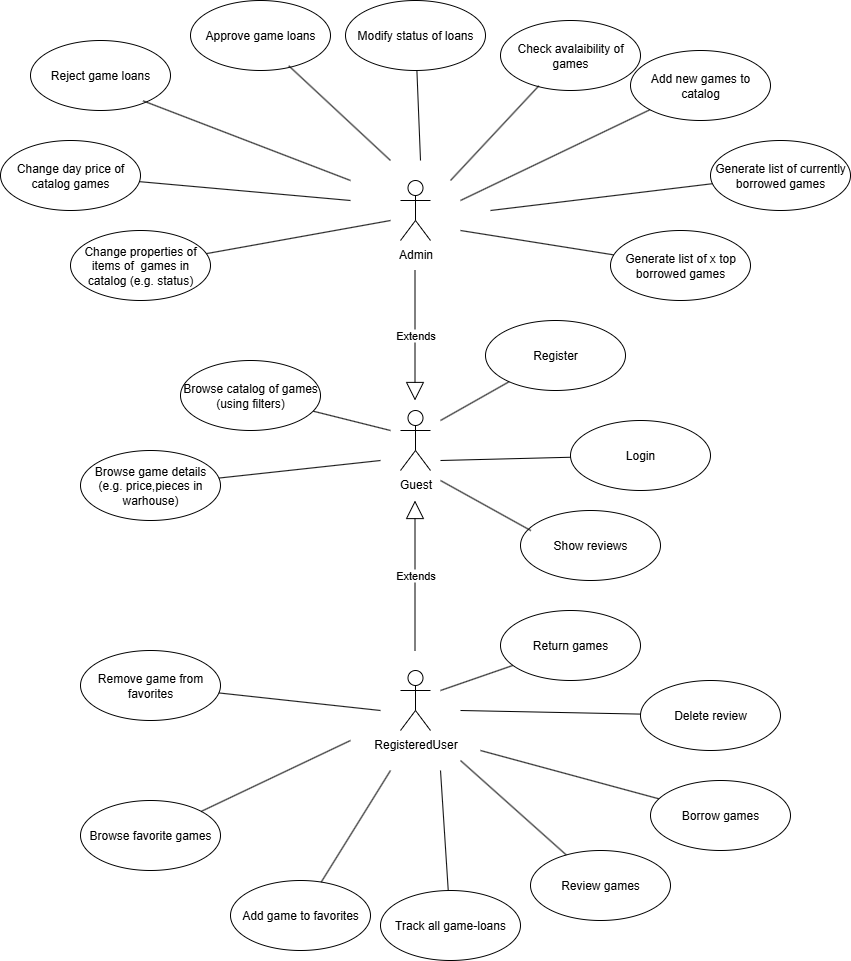
Before: UC.png, a diagram exported from draw.io (alfacentaur1/api-board-game-rental). Source tidied: cells renumbered, new cells last; positions are measured from the earlier drawing's top-left corner, leaving out a move shared by most shapes.
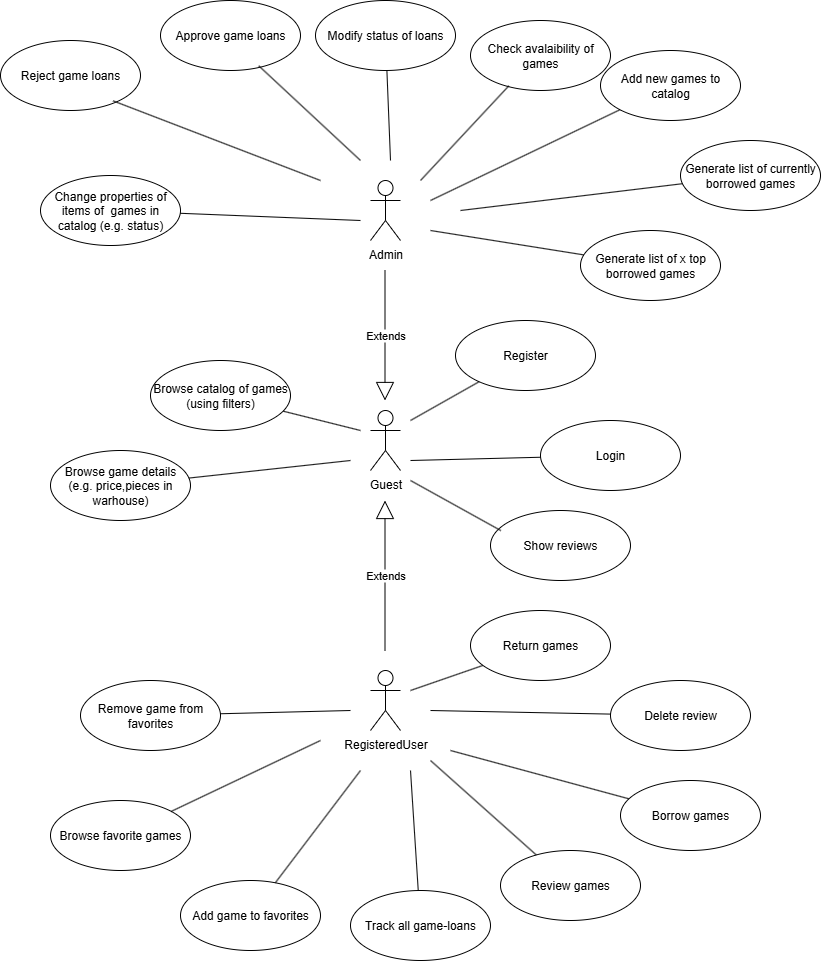
Later version of the same file.

The edit, as a diff of the source:
```diff
@@ -72,7 +72,7 @@
       <mxGeometry x="530" y="850" width="140" height="70" as="geometry" />
     </mxCell>
     <mxCell id="21" value="Add game to favorites" style="ellipse;whiteSpace=wrap;html=1;" parent="1" vertex="1">
-      <mxGeometry x="230" y="880" width="140" height="70" as="geometry" />
+      <mxGeometry x="210" y="880" width="140" height="70" as="geometry" />
     </mxCell>
     <mxCell id="22" value="Browse favorite games" style="ellipse;whiteSpace=wrap;html=1;" parent="1" vertex="1">
       <mxGeometry x="80" y="800" width="140" height="70" as="geometry" />
@@ -185,7 +185,7 @@
       <mxGeometry x="710" y="140" width="140" height="70" as="geometry" />
     </mxCell>
     <mxCell id="54" value="Remove game from favorites" style="ellipse;whiteSpace=wrap;html=1;" parent="1" vertex="1">
-      <mxGeometry x="80" y="650" width="140" height="70" as="geometry" />
+      <mxGeometry x="110" y="680" width="140" height="70" as="geometry" />
     </mxCell>
     <mxCell id="55" style="endArrow=none;html=1;rounded=0;align=center;verticalAlign=top;endFill=0;labelBackgroundColor=none;" parent="1" edge="1" source="54">
       <mxGeometry relative="1" as="geometry">
@@ -198,11 +198,8 @@
     <mxCell id="57" style="html=1;align=right;verticalAlign=bottom;labelBackgroundColor=none;" parent="55" vertex="1">
       <mxGeometry x="1" relative="1" as="geometry" />
     </mxCell>
-    <mxCell id="58" value="Change day price of catalog games" style="ellipse;whiteSpace=wrap;html=1;" parent="1" vertex="1">
-      <mxGeometry y="140" width="140" height="70" as="geometry" />
-    </mxCell>
     <mxCell id="59" value="Change properties of items of&amp;nbsp; games in catalog (e.g. status)" style="ellipse;whiteSpace=wrap;html=1;" parent="1" vertex="1">
-      <mxGeometry x="70" y="230" width="140" height="70" as="geometry" />
+      <mxGeometry x="70" y="175" width="140" height="70" as="geometry" />
     </mxCell>
     <mxCell id="60" style="endArrow=none;html=1;rounded=0;align=center;verticalAlign=top;endFill=0;labelBackgroundColor=none;" parent="1" edge="1" source="59">
       <mxGeometry relative="1" as="geometry">
@@ -215,17 +212,6 @@
     <mxCell id="62" style="html=1;align=right;verticalAlign=bottom;labelBackgroundColor=none;" parent="60" vertex="1">
       <mxGeometry x="1" relative="1" as="geometry" />
     </mxCell>
-    <mxCell id="63" style="endArrow=none;html=1;rounded=0;align=center;verticalAlign=top;endFill=0;labelBackgroundColor=none;" parent="1" edge="1" source="58">
-      <mxGeometry relative="1" as="geometry">
-        <mxPoint x="350" y="200" as="targetPoint" />
-      </mxGeometry>
-    </mxCell>
-    <mxCell id="64" style="html=1;align=left;verticalAlign=bottom;labelBackgroundColor=none;" parent="63" vertex="1">
-      <mxGeometry x="-1" relative="1" as="geometry" />
-    </mxCell>
-    <mxCell id="65" style="html=1;align=right;verticalAlign=bottom;labelBackgroundColor=none;" parent="63" vertex="1">
-      <mxGeometry x="1" relative="1" as="geometry" />
-    </mxCell>
     <mxCell id="66" style="endArrow=none;html=1;rounded=0;align=center;verticalAlign=top;endFill=0;labelBackgroundColor=none;exitX=0.804;exitY=0.862;exitDx=0;exitDy=0;exitPerimeter=0;" parent="1" edge="1" source="51">
       <mxGeometry relative="1" as="geometry">
         <mxPoint x="350" y="180" as="targetPoint" />
```
